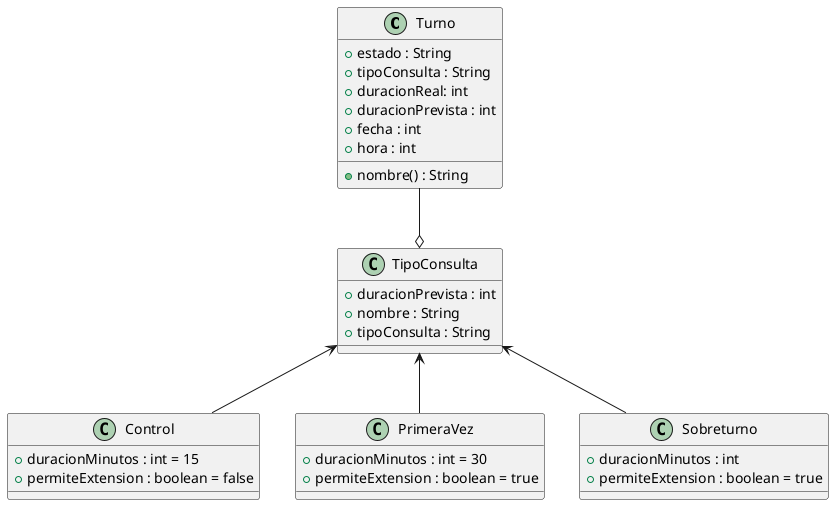
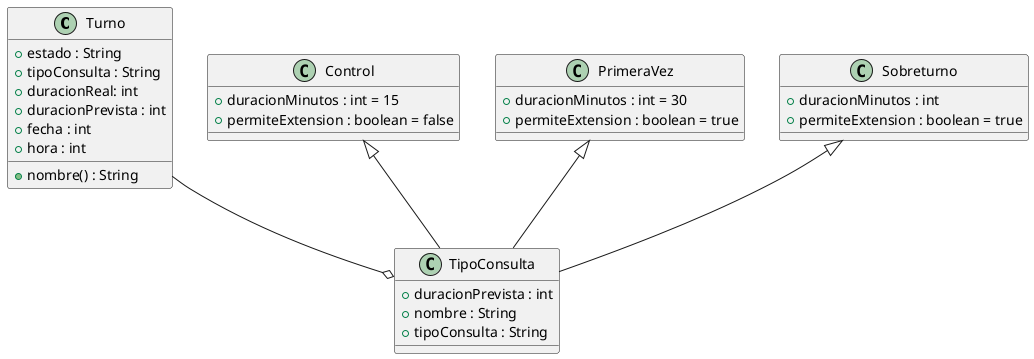
@startuml diagrama-ocp-turno
class Turno {
    +estado : String
    +tipoConsulta : String
    +duracionReal: int
    +duracionPrevista : int
    +fecha : int
    +hora : int
    +nombre() : String
}
class TipoConsulta {
    +duracionPrevista : int
    +nombre : String
    +tipoConsulta : String
}
class Control {
    +duracionMinutos : int = 15
    +permiteExtension : boolean = false
}
class PrimeraVez {
    +duracionMinutos : int = 30
    +permiteExtension : boolean = true
}
class Sobreturno{
    +duracionMinutos : int
    +permiteExtension : boolean = true
}
+ 
+ 
Turno --o TipoConsulta
- TipoConsulta <-- Control
- TipoConsulta <-- PrimeraVez
- TipoConsulta <-- Sobreturno
+ 
+ 
+ class TipoConsulta extends Control, PrimeraVez, Sobreturno{
+ 
+ }

@enduml
